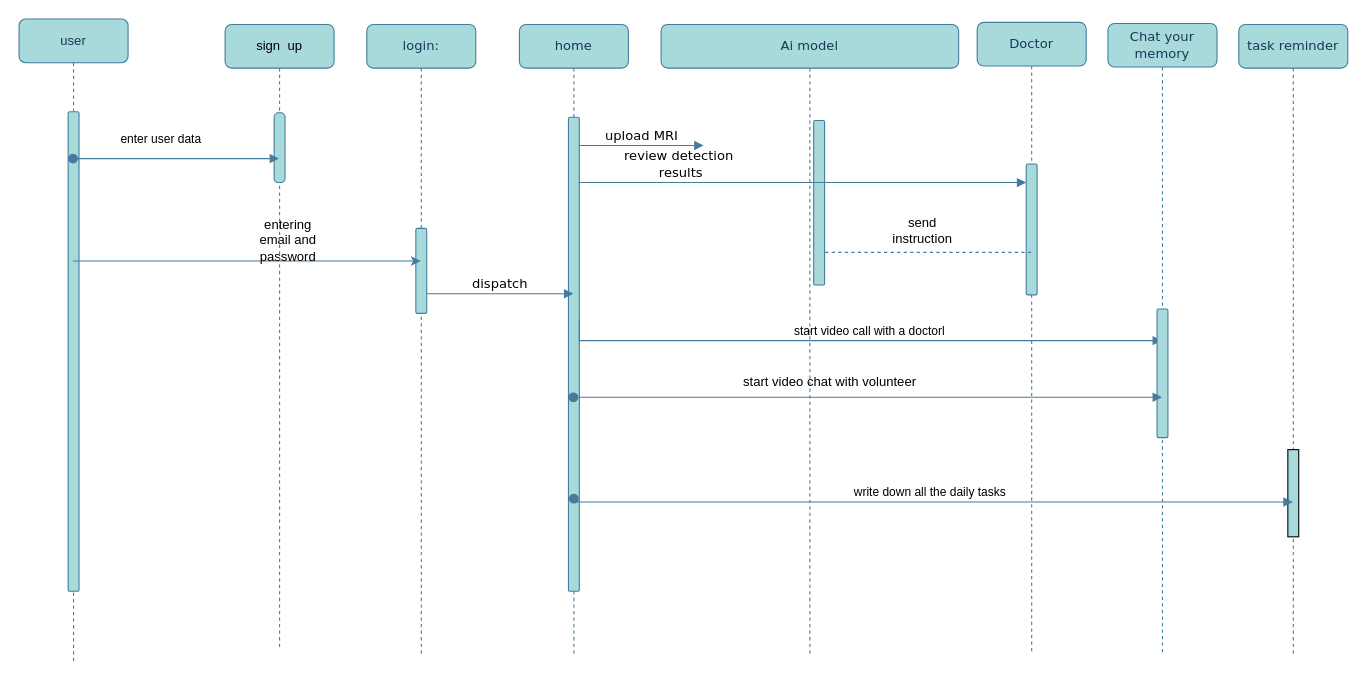
Omarelsherif010/Revive_My_Memory-Graduation_Project keeps this draw.io diagram as Documentation/sequence Diagram.drawio. Above is the earlier version. Source tidied: cells renumbered, new cells numbered last; positions are measured from the earlier drawing's top-left corner, leaving out a move shared by most shapes. Both pictures are drawn from the tidied source at 109%, with x=0, y=0 at pixel (19, 19).
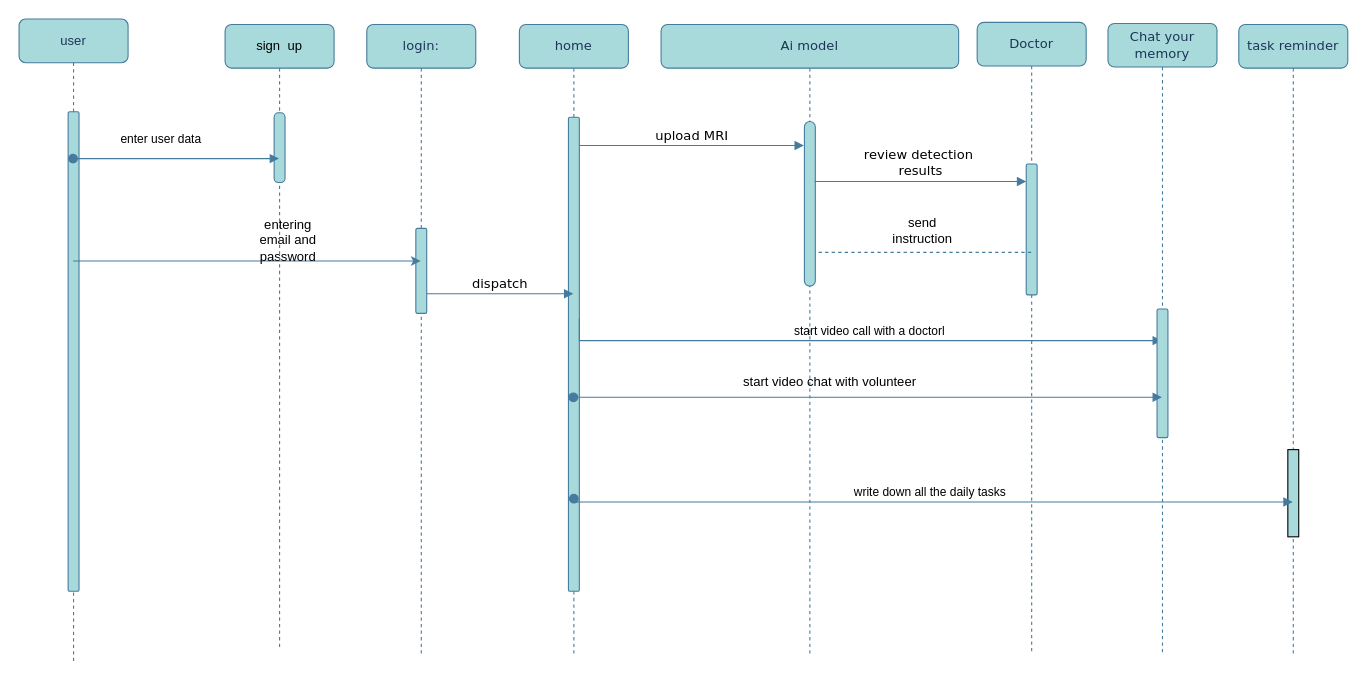
The same page after the edit.

The change refers to these unchanged cells:
```xml
<mxCell id="3" style="html=1;points=[];perimeter=orthogonalPerimeter;rounded=1;shadow=0;comic=0;labelBackgroundColor=none;strokeWidth=1;fontFamily=Verdana;fontSize=12;align=center;fillColor=#A8DADC;strokeColor=#457B9D;fontColor=#1D3557;" parent="2" vertex="1">
  <mxGeometry x="45" y="85" width="10" height="435" as="geometry" />
</mxCell>
<mxCell id="5" value="Ai model" style="shape=umlLifeline;perimeter=lifelinePerimeter;whiteSpace=wrap;html=1;rounded=1;shadow=0;comic=0;labelBackgroundColor=none;strokeWidth=1;fontFamily=Verdana;fontSize=12;align=center;fillColor=#A8DADC;strokeColor=#457B9D;fontColor=#1D3557;" parent="1" vertex="1">
  <mxGeometry x="589" y="5" width="273" height="579" as="geometry" />
</mxCell>
<mxCell id="10" style="html=1;points=[];perimeter=orthogonalPerimeter;rounded=1;shadow=0;comic=0;labelBackgroundColor=none;strokeWidth=1;fontFamily=Verdana;fontSize=12;align=center;fillColor=#A8DADC;strokeColor=#457B9D;fontColor=#1D3557;" parent="9" vertex="1">
  <mxGeometry x="45" y="130" width="10" height="120" as="geometry" />
</mxCell>
```

Diff of the diagram source:
```diff
@@
-    <mxCell id="7" style="html=1;points=[];perimeter=orthogonalPerimeter;rounded=1;shadow=0;comic=0;labelBackgroundColor=none;strokeWidth=1;fontFamily=Verdana;fontSize=12;align=center;fillColor=#A8DADC;strokeColor=#457B9D;fontColor=#1D3557;glass=0;" parent="5" vertex="1">
-      <mxGeometry x="140" y="88" width="10" height="151" as="geometry" />
+    <mxCell id="7" style="html=1;points=[];perimeter=orthogonalPerimeter;rounded=1;shadow=0;comic=0;labelBackgroundColor=none;strokeWidth=1;fontFamily=Verdana;fontSize=12;align=center;fillColor=#A8DADC;strokeColor=#457B9D;fontColor=#1D3557;glass=0;arcSize=50;" parent="5" vertex="1">
+      <mxGeometry x="131.5" y="89" width="10" height="151" as="geometry" />
     </mxCell>
@@
-    <mxCell id="17" value="review detection&amp;nbsp;&lt;br&gt;results" style="html=1;verticalAlign=bottom;endArrow=block;labelBackgroundColor=none;fontFamily=Verdana;fontSize=12;edgeStyle=elbowEdgeStyle;elbow=vertical;strokeColor=#457B9D;fontColor=default;" parent="1" edge="1" source="7" target="10">
-      <mxGeometry relative="1" as="geometry">
-        <Array as="points">
-          <mxPoint x="509" y="150" />
-        </Array>
-      </mxGeometry>
+    <mxCell id="17" value="review detection&amp;nbsp;&lt;br&gt;results" style="html=1;verticalAlign=bottom;endArrow=block;labelBackgroundColor=none;fontFamily=Verdana;fontSize=12;edgeStyle=elbowEdgeStyle;elbow=vertical;strokeColor=#457B9D;fontColor=default;exitX=0.934;exitY=0.364;exitDx=0;exitDy=0;exitPerimeter=0;" parent="1" edge="1" source="7" target="10">
+      <mxGeometry relative="1" as="geometry" />
     </mxCell>
@@
     <mxCell id="19" value="upload MRI" style="html=1;verticalAlign=bottom;endArrow=block;labelBackgroundColor=none;fontFamily=Verdana;fontSize=12;edgeStyle=elbowEdgeStyle;elbow=vertical;strokeColor=#457B9D;fontColor=default;" parent="1" edge="1" source="3">
       <mxGeometry relative="1" as="geometry">
-        <mxPoint x="628" y="116" as="targetPoint" />
+        <mxPoint x="720" y="116" as="targetPoint" />
         <Array as="points">
-          <mxPoint x="614" y="116" />
+          <mxPoint x="706" y="116" />
         </Array>
       </mxGeometry>
     </mxCell>
```
